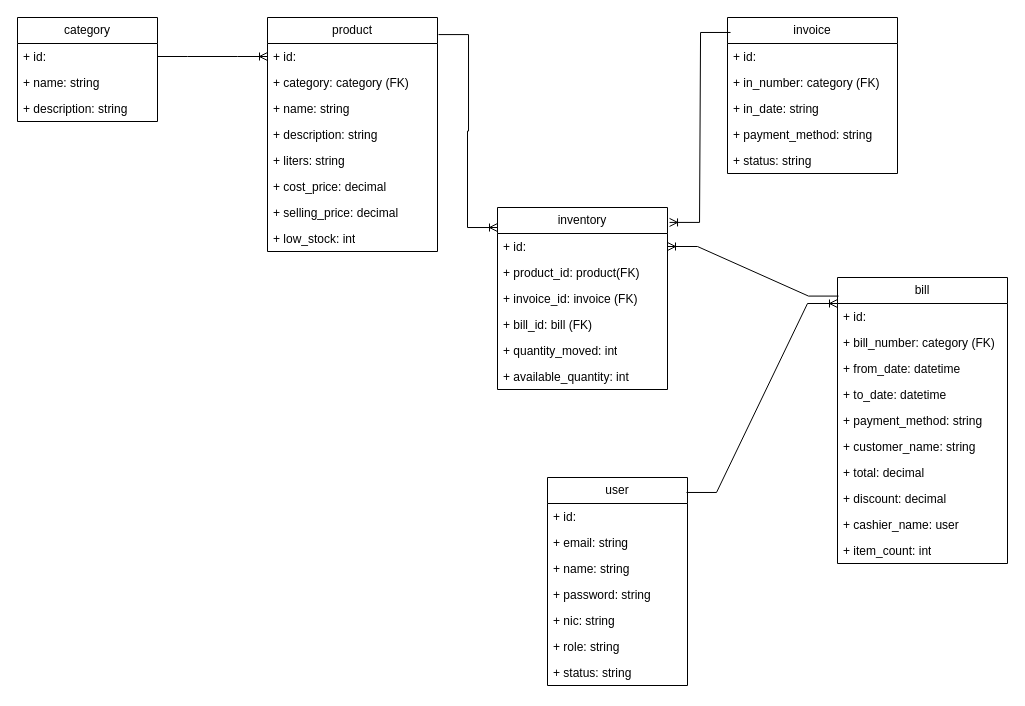
The draw.io diagram backend/ER/Thissa-Village-SFA-ER.drawio in Tuddeepana/Thissa-Village-SFA, before the edit. Source tidied: cells renumbered, new cells numbered last; positions are measured from the earlier drawing's top-left corner, leaving out a move shared by most shapes. Both pictures are drawn from the tidied source at 100%, with x=0, y=0 at pixel (17, 17).
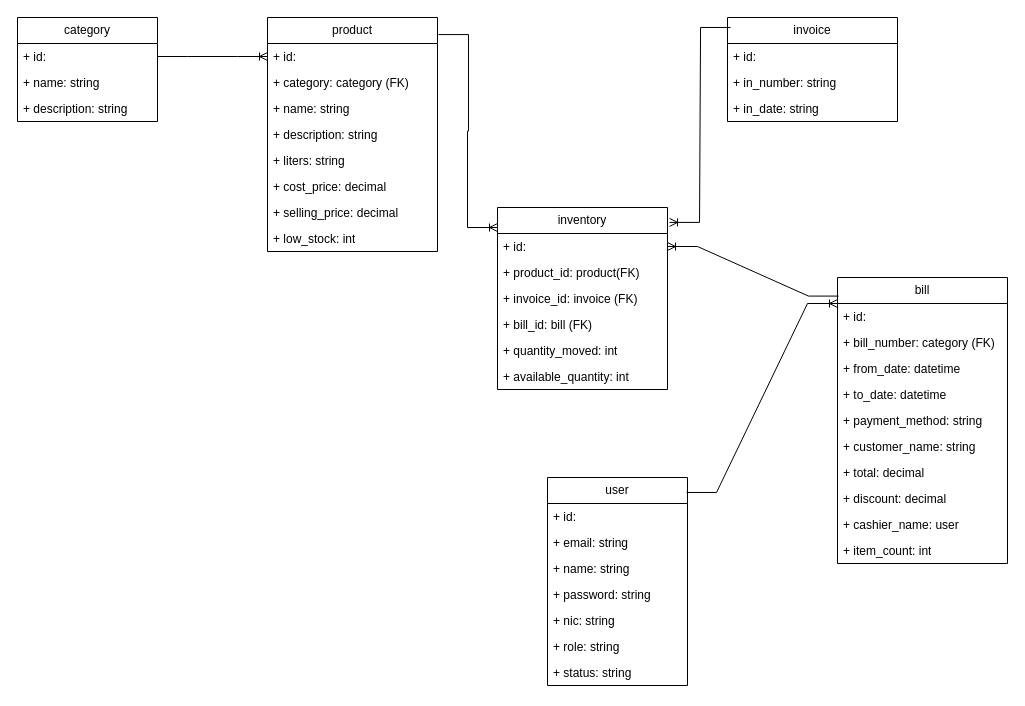
After the change.

Change to the diagram source:
```diff
@@
     <mxCell id="24" value="invoice" style="swimlane;fontStyle=0;horizontal=1;startSize=26;fillColor=none;whiteSpace=wrap;html=1;" parent="1" vertex="1">
-      <mxGeometry x="710" width="170" height="156" as="geometry" />
+      <mxGeometry x="710" width="170" height="104" as="geometry" />
     </mxCell>
@@
-    <mxCell id="26" value="+ in_number: category (FK)" style="text;strokeColor=none;fillColor=none;align=left;verticalAlign=top;spacingLeft=4;spacingRight=4;overflow=hidden;whiteSpace=wrap;html=1;" parent="24" vertex="1">
+    <mxCell id="26" value="+ in_number: string" style="text;strokeColor=none;fillColor=none;align=left;verticalAlign=top;spacingLeft=4;spacingRight=4;overflow=hidden;whiteSpace=wrap;html=1;" parent="24" vertex="1">
       <mxGeometry y="52" width="170" height="26" as="geometry" />
     </mxCell>
@@
-    <mxCell id="28" value="+ payment_method: string" style="text;strokeColor=none;fillColor=none;align=left;verticalAlign=top;spacingLeft=4;spacingRight=4;overflow=hidden;whiteSpace=wrap;html=1;" parent="24" vertex="1">
-      <mxGeometry y="104" width="170" height="26" as="geometry" />
-    </mxCell>
-    <mxCell id="29" value="+ status: string" style="text;strokeColor=none;fillColor=none;align=left;verticalAlign=top;spacingLeft=4;spacingRight=4;overflow=hidden;whiteSpace=wrap;html=1;" parent="24" vertex="1">
-      <mxGeometry y="130" width="170" height="26" as="geometry" />
-    </mxCell>
```
